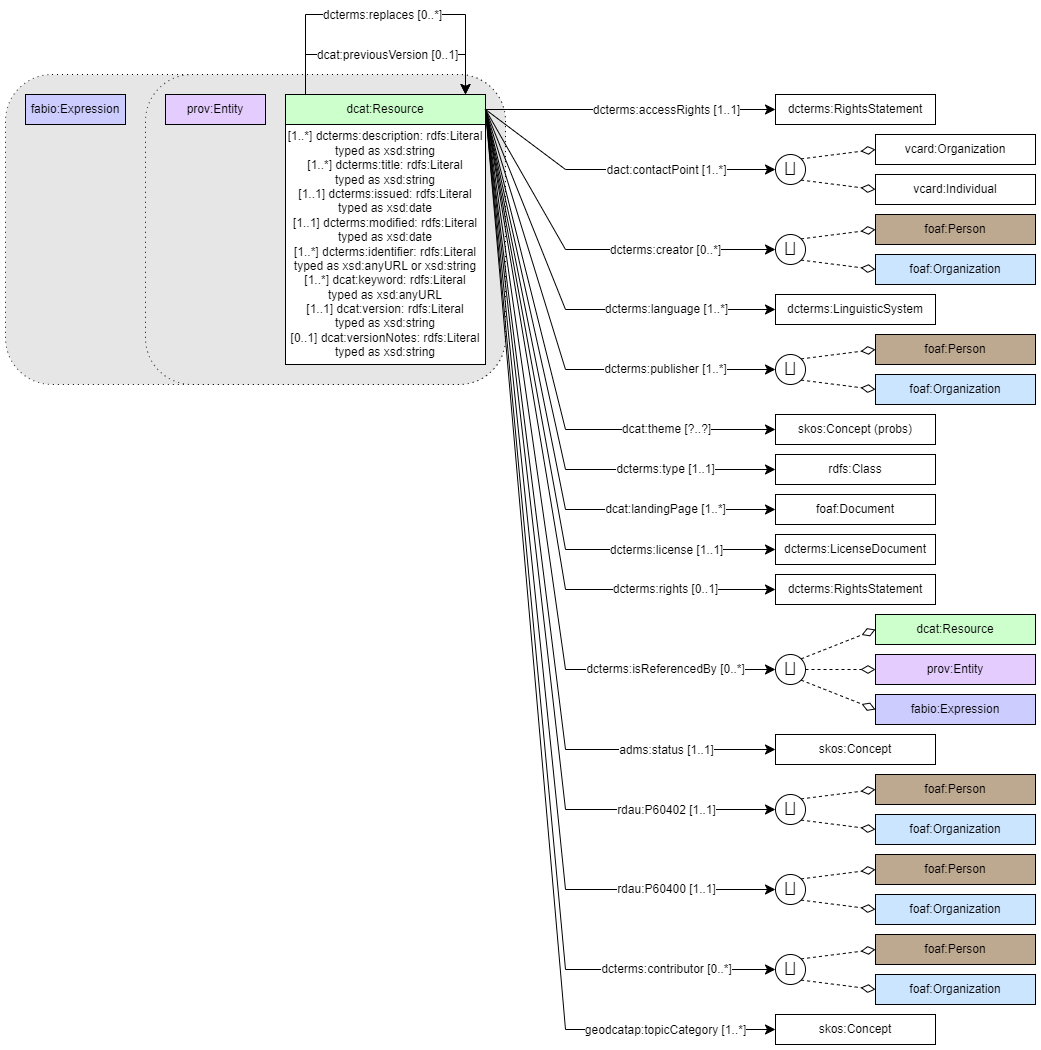
Earlier version of the draw.io export CEH-DCAT-AP/CEH-DCAT-AP_diagrams/dcat-resource.png (NERC-CEH/digital-objects-ontology). Source tidied: cells renumbered, new cells last; positions are measured from the earlier drawing's top-left corner, leaving out a move shared by most shapes.
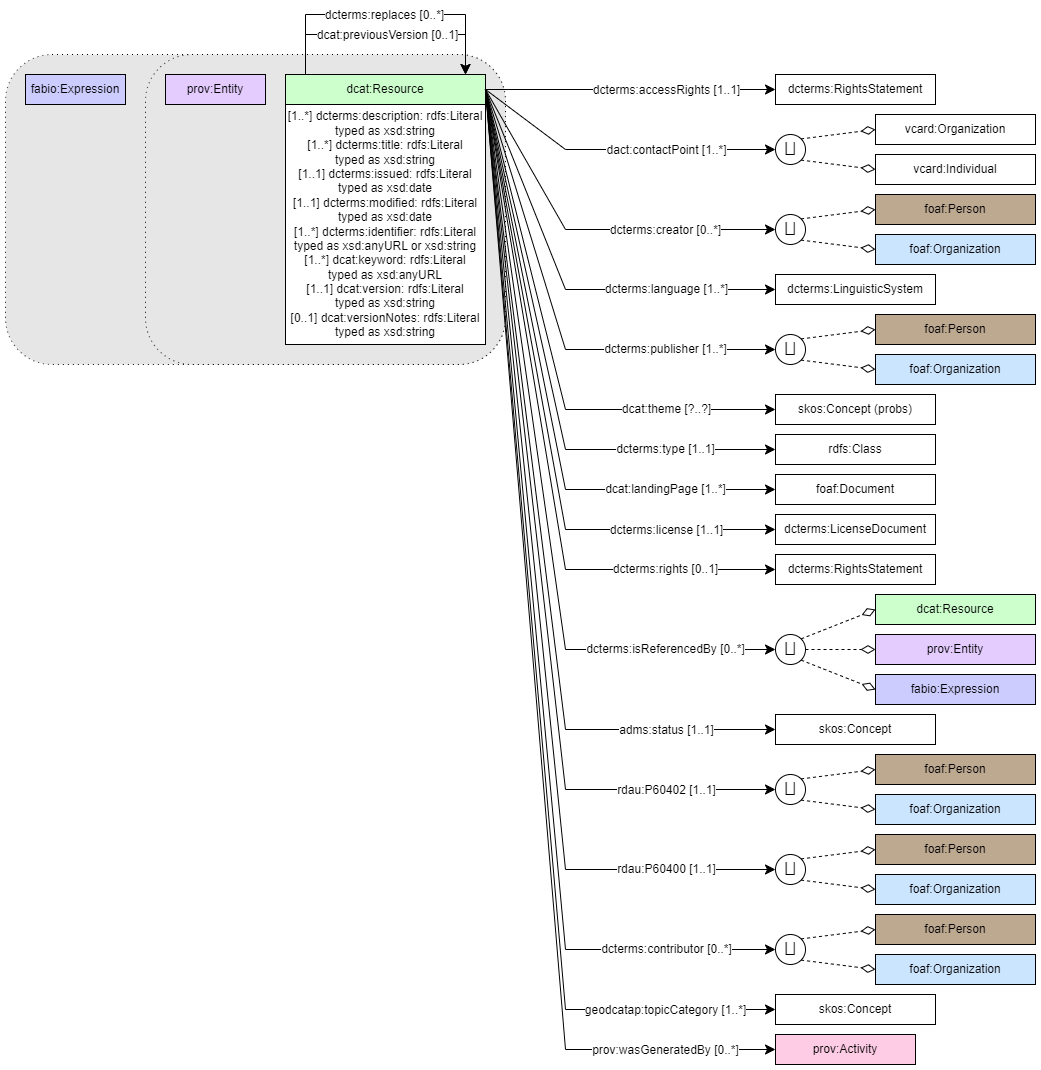
Above is the later version.

Commit message:
moved prov:wasGeneratedBy predicate (pointing to prov:Activity class) to dcat:Resource class

Change to the diagram source:
```diff
@@ -80,8 +80,8 @@
     <mxCell id="20" style="endArrow=classic;html=1;exitX=0.1;exitY=0;exitDx=0;exitDy=0;endSize=8;arcSize=0;rounded=0;entryX=0.9;entryY=0;entryDx=0;entryDy=0;" parent="15" edge="1" source="17" target="17">
       <mxGeometry relative="1" as="geometry">
         <Array as="points">
-          <mxPoint x="20" y="-80" />
-          <mxPoint x="180" y="-80" />
+          <mxPoint x="20" y="-60" />
+          <mxPoint x="180" y="-60" />
         </Array>
       </mxGeometry>
     </mxCell>
@@ -396,5 +396,20 @@
     <mxCell id="97" value="fabio:Expression" style="rounded=0;whiteSpace=wrap;html=1;fillColor=#CCCCFF;" parent="1" vertex="1">
       <mxGeometry x="20" y="80" width="100" height="30" as="geometry" />
     </mxCell>
+    <mxCell id="98" style="endArrow=classic;html=1;exitX=1;exitY=0.5;exitDx=0;exitDy=0;entryX=0;entryY=0.5;entryDx=0;entryDy=0;endSize=8;arcSize=0;rounded=0;" parent="1" edge="1" source="17" target="100">
+      <mxGeometry relative="1" as="geometry">
+        <Array as="points">
+          <mxPoint x="560" y="1055" />
+        </Array>
+      </mxGeometry>
+    </mxCell>
+    <mxCell id="99" value="&lt;div&gt;prov:wasGeneratedBy [0..*]&lt;/div&gt;" style="text;html=1;align=center;verticalAlign=middle;labelBackgroundColor=#ffffff;" parent="98" vertex="1">
+      <mxGeometry x="-0.13" relative="1" as="geometry">
+        <mxPoint x="137" y="450" as="offset" />
+      </mxGeometry>
+    </mxCell>
+    <mxCell id="100" value="prov:Activity" style="rounded=0;whiteSpace=wrap;html=1;snapToPoint=1;points=[[0.1,0],[0.2,0],[0.3,0],[0.4,0],[0.5,0],[0.6,0],[0.7,0],[0.8,0],[0.9,0],[0,0.1],[0,0.3],[0,0.5],[0,0.7],[0,0.9],[0.1,1],[0.2,1],[0.3,1],[0.4,1],[0.5,1],[0.6,1],[0.7,1],[0.8,1],[0.9,1],[1,0.1],[1,0.3],[1,0.5],[1,0.7],[1,0.9]];fillColor=#FFCCE6;" parent="1" vertex="1">
+      <mxGeometry x="770" y="1040" width="140" height="30" as="geometry" />
+    </mxCell>
   </root>
 </mxGraphModel>
```
